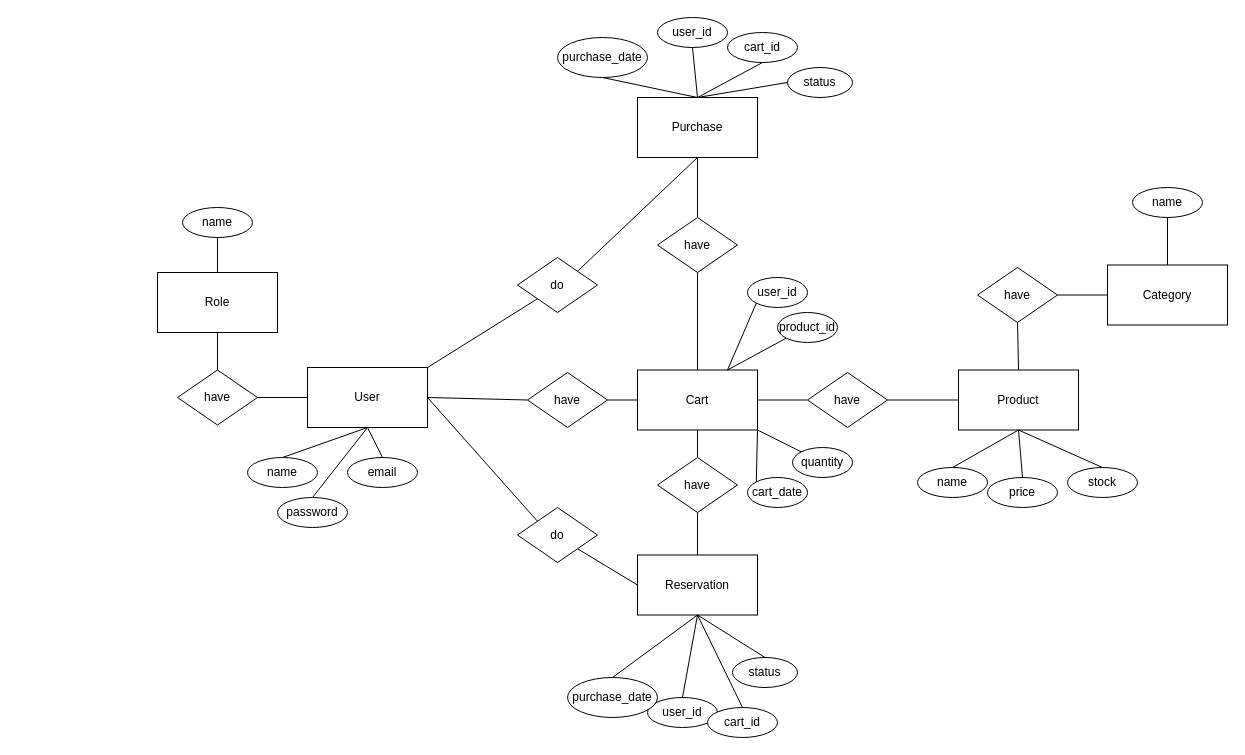
Earlier version of the draw.io diagram docs/planeamento/Modelo ER/diagramas/modelo_er.drawio (tskxz/loja-suplementos). Source tidied: cells renumbered, new cells numbered last; positions are measured from the earlier drawing's top-left corner, leaving out a move shared by most shapes. Both pictures are drawn from the tidied source at 100%, with x=0, y=0 at pixel (157, 17).
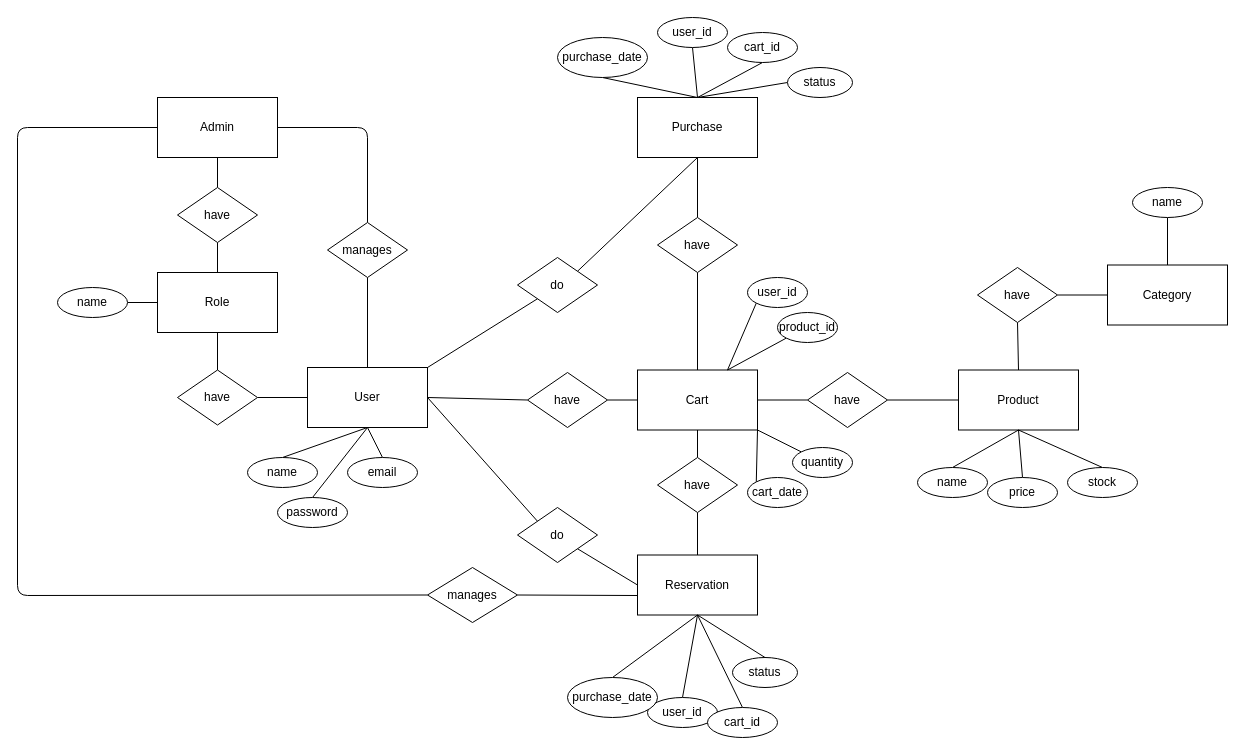
The same page after the edit.

Commit message (it also covers changes not shown here):
modelo er diagrama

Unchanged cells that the change refers to:
```xml
<mxCell id="4" value="User" style="rounded=0;whiteSpace=wrap;html=1;" parent="1" vertex="1">
  <mxGeometry x="150" y="350" width="120" height="60" as="geometry" />
</mxCell>
<mxCell id="15" value="Role" style="rounded=0;whiteSpace=wrap;html=1;" parent="1" vertex="1">
  <mxGeometry y="255" width="120" height="60" as="geometry" />
</mxCell>
```

The edit, as a diff of the source:
```diff
@@
+    <mxCell id="73" style="edgeStyle=none;html=1;exitX=0.5;exitY=0;exitDx=0;exitDy=0;endArrow=none;endFill=0;" parent="1" edge="1" source="4" target="81">
+      <mxGeometry relative="1" as="geometry" />
+    </mxCell>
@@
-    <mxCell id="13" style="edgeStyle=none;html=1;exitX=0.5;exitY=0;exitDx=0;exitDy=0;endArrow=none;endFill=0;entryX=0.5;entryY=1;entryDx=0;entryDy=0;" parent="1" edge="1" source="15" target="16">
-      <mxGeometry relative="1" as="geometry" />
-    </mxCell>
@@
+    <mxCell id="74" style="edgeStyle=none;html=1;exitX=1;exitY=0.5;exitDx=0;exitDy=0;entryX=0;entryY=0.5;entryDx=0;entryDy=0;endArrow=none;endFill=0;" parent="1" edge="1" source="16" target="15">
+      <mxGeometry relative="1" as="geometry" />
+    </mxCell>
     <mxCell id="16" value="name" style="ellipse;whiteSpace=wrap;html=1;" parent="1" vertex="1">
-      <mxGeometry x="25" y="190" width="70" height="30" as="geometry" />
+      <mxGeometry x="-100" y="270" width="70" height="30" as="geometry" />
     </mxCell>
@@
+    <mxCell id="75" style="edgeStyle=none;html=1;exitX=0.5;exitY=1;exitDx=0;exitDy=0;entryX=0.5;entryY=0;entryDx=0;entryDy=0;endArrow=none;endFill=0;" parent="1" edge="1" source="77" target="79">
+      <mxGeometry relative="1" as="geometry" />
+    </mxCell>
+    <mxCell id="76" style="edgeStyle=none;html=1;exitX=0;exitY=0.5;exitDx=0;exitDy=0;endArrow=none;endFill=0;entryX=0;entryY=0.5;entryDx=0;entryDy=0;" parent="1" edge="1" source="77" target="83">
+      <mxGeometry relative="1" as="geometry">
+        <Array as="points">
+          <mxPoint x="-140" y="110" />
+          <mxPoint x="-140" y="578" />
+        </Array>
+      </mxGeometry>
+    </mxCell>
+    <mxCell id="77" value="Admin" style="rounded=0;whiteSpace=wrap;html=1;" parent="1" vertex="1">
+      <mxGeometry y="80" width="120" height="60" as="geometry" />
+    </mxCell>
+    <mxCell id="78" style="edgeStyle=none;html=1;exitX=0.5;exitY=1;exitDx=0;exitDy=0;entryX=0.5;entryY=0;entryDx=0;entryDy=0;endArrow=none;endFill=0;" parent="1" edge="1" source="79" target="15">
+      <mxGeometry relative="1" as="geometry" />
+    </mxCell>
+    <mxCell id="79" value="have" style="rhombus;whiteSpace=wrap;html=1;" parent="1" vertex="1">
+      <mxGeometry x="20" y="170" width="80" height="55" as="geometry" />
+    </mxCell>
+    <mxCell id="80" style="edgeStyle=none;html=1;exitX=0.5;exitY=0;exitDx=0;exitDy=0;entryX=1;entryY=0.5;entryDx=0;entryDy=0;endArrow=none;endFill=0;" parent="1" edge="1" source="81" target="77">
+      <mxGeometry relative="1" as="geometry">
+        <Array as="points">
+          <mxPoint x="210" y="110" />
+        </Array>
+      </mxGeometry>
+    </mxCell>
+    <mxCell id="81" value="manages" style="rhombus;whiteSpace=wrap;html=1;" parent="1" vertex="1">
+      <mxGeometry x="170" y="205" width="80" height="55" as="geometry" />
+    </mxCell>
+    <mxCell id="82" style="edgeStyle=none;html=1;exitX=1;exitY=0.5;exitDx=0;exitDy=0;endArrow=none;endFill=0;" parent="1" edge="1" source="83">
+      <mxGeometry relative="1" as="geometry">
+        <mxPoint x="480" y="578" as="targetPoint" />
+      </mxGeometry>
+    </mxCell>
+    <mxCell id="83" value="manages" style="rhombus;whiteSpace=wrap;html=1;" parent="1" vertex="1">
+      <mxGeometry x="270" y="550" width="90" height="55" as="geometry" />
+    </mxCell>
```
